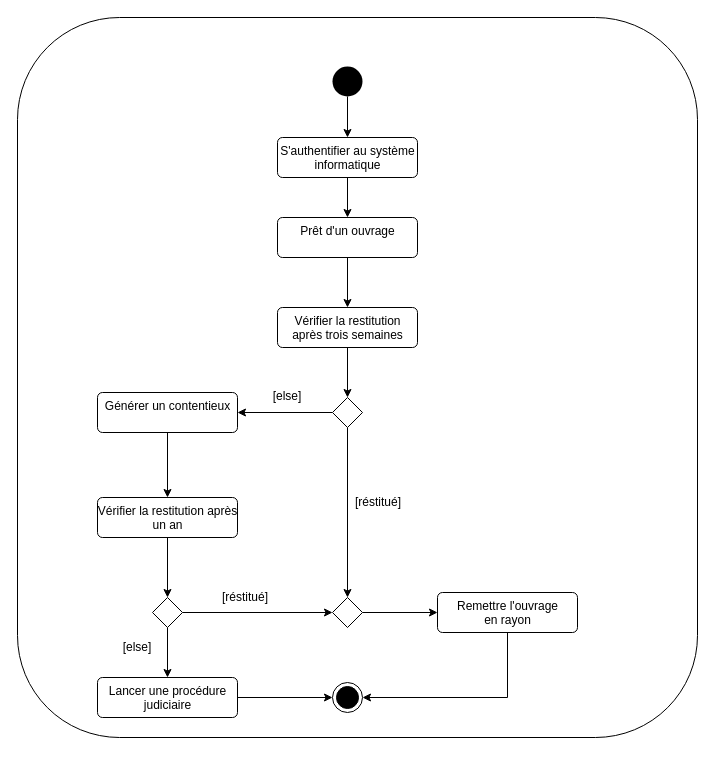
clairenollet/uml-and-rup keeps this draw.io diagram as activite-diagram-0.drawio. Above is the earlier version. Source tidied: cells renumbered, new cells numbered last; positions are measured from the earlier drawing's top-left corner, leaving out a move shared by most shapes. Both pictures are drawn from the tidied source at 100%, with x=0, y=0 at pixel (17, 17).
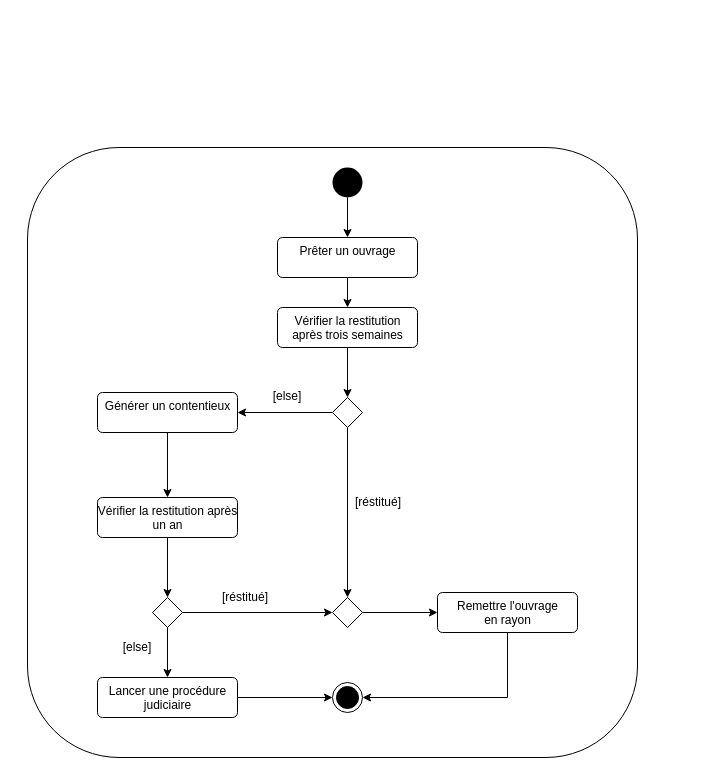
The same page after the edit.

Unchanged cells that the change refers to:
```xml
<mxCell id="10" value="Vérifier la restitution&lt;br&gt;après trois semaines" style="html=1;align=center;verticalAlign=top;rounded=1;absoluteArcSize=1;arcSize=10;dashed=0;" parent="1" vertex="1">
  <mxGeometry x="260" y="290" width="140" height="40" as="geometry" />
</mxCell>
```

The edit, as a diff of the source:
```diff
@@
     <mxCell id="2" style="rounded=1;whiteSpace=wrap;html=1;" parent="1" vertex="1">
-      <mxGeometry width="680" height="720" as="geometry" />
+      <mxGeometry x="10" y="130" width="610" height="610" as="geometry" />
     </mxCell>
-    <mxCell id="3" style="edgeStyle=orthogonalEdgeStyle;rounded=0;jettySize=auto;html=1;" parent="1" edge="1" source="4" target="6">
-      <mxGeometry relative="1" as="geometry" />
-    </mxCell>
+    <mxCell id="32" style="edgeStyle=orthogonalEdgeStyle;rounded=0;jettySize=auto;html=1;" parent="1" edge="1" source="4" target="34">
+      <mxGeometry relative="1" as="geometry" />
+    </mxCell>
     <mxCell id="4" style="ellipse;fillColor=#000000;strokeColor=none;" parent="1" vertex="1">
-      <mxGeometry x="315" y="49" width="30" height="30" as="geometry" />
+      <mxGeometry x="315" y="150" width="30" height="30" as="geometry" />
     </mxCell>
-    <mxCell id="5" style="edgeStyle=orthogonalEdgeStyle;rounded=0;jettySize=auto;html=1;" parent="1" edge="1" source="6" target="8">
-      <mxGeometry relative="1" as="geometry" />
-    </mxCell>
-    <mxCell id="6" value="S'authentifier au système&lt;br&gt;informatique" style="html=1;align=center;verticalAlign=top;rounded=1;absoluteArcSize=1;arcSize=10;dashed=0;" parent="1" vertex="1">
-      <mxGeometry x="260" y="120" width="140" height="40" as="geometry" />
-    </mxCell>
-    <mxCell id="7" style="edgeStyle=orthogonalEdgeStyle;rounded=0;jettySize=auto;html=1;" parent="1" edge="1" source="8" target="10">
-      <mxGeometry relative="1" as="geometry" />
-    </mxCell>
-    <mxCell id="8" value="Prêt d'un ouvrage" style="html=1;align=center;verticalAlign=top;rounded=1;absoluteArcSize=1;arcSize=10;dashed=0;" parent="1" vertex="1">
-      <mxGeometry x="260" y="200" width="140" height="40" as="geometry" />
-    </mxCell>
@@
+    <mxCell id="33" style="edgeStyle=orthogonalEdgeStyle;rounded=0;jettySize=auto;html=1;entryX=0.5;entryY=0;entryDx=0;entryDy=0;" parent="1" edge="1" source="34" target="10">
+      <mxGeometry relative="1" as="geometry" />
+    </mxCell>
+    <mxCell id="34" value="Prêter un ouvrage" style="html=1;align=center;verticalAlign=top;rounded=1;absoluteArcSize=1;arcSize=10;dashed=0;" parent="1" vertex="1">
+      <mxGeometry x="260" y="220" width="140" height="40" as="geometry" />
+    </mxCell>
```
